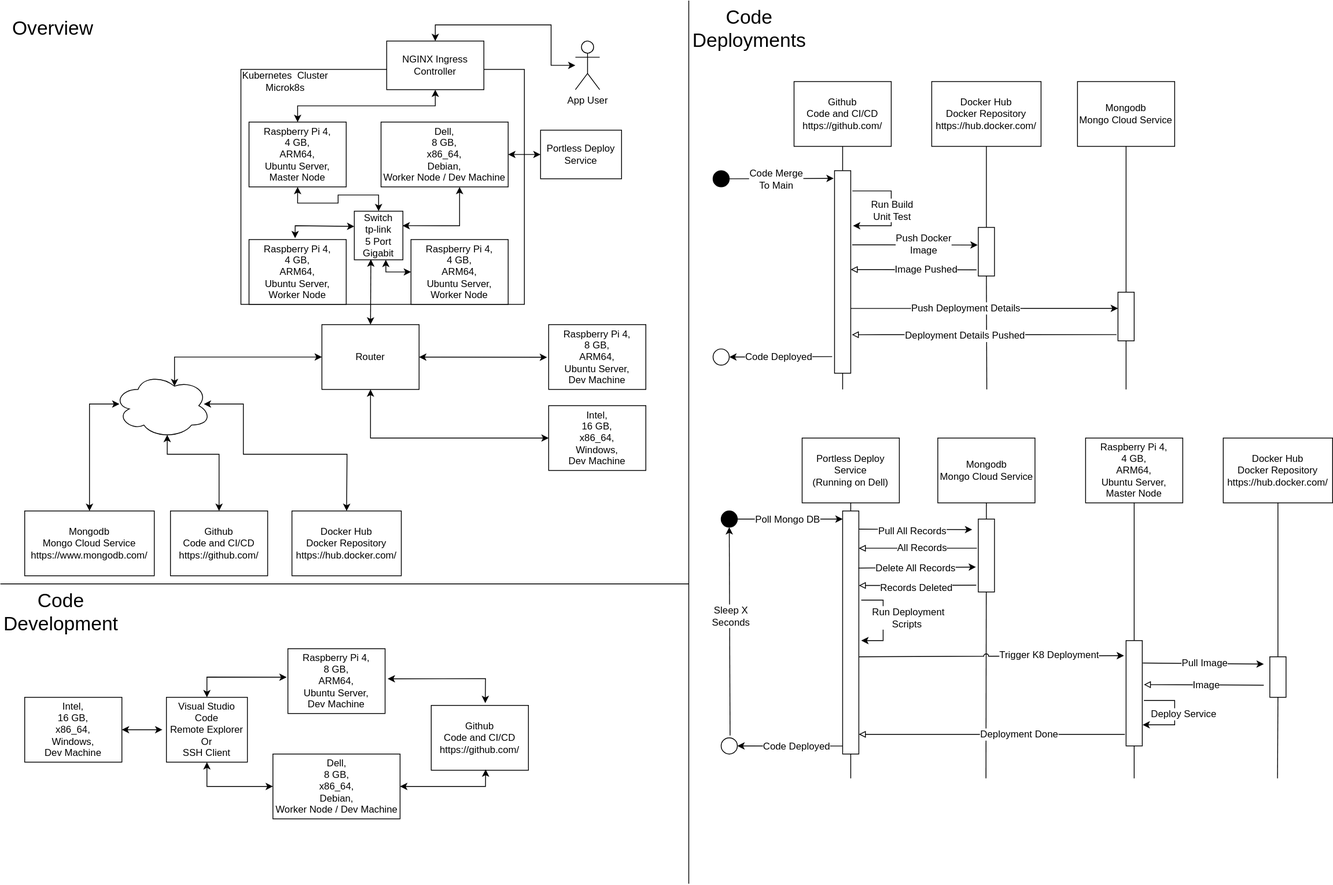
Earlier version of the draw.io export homelab.drawio.svg (horvatic/HomeLab_Infrastructure). Source tidied: cells renumbered, new cells last; positions are measured from the earlier drawing's top-left corner, leaving out a move shared by most shapes.
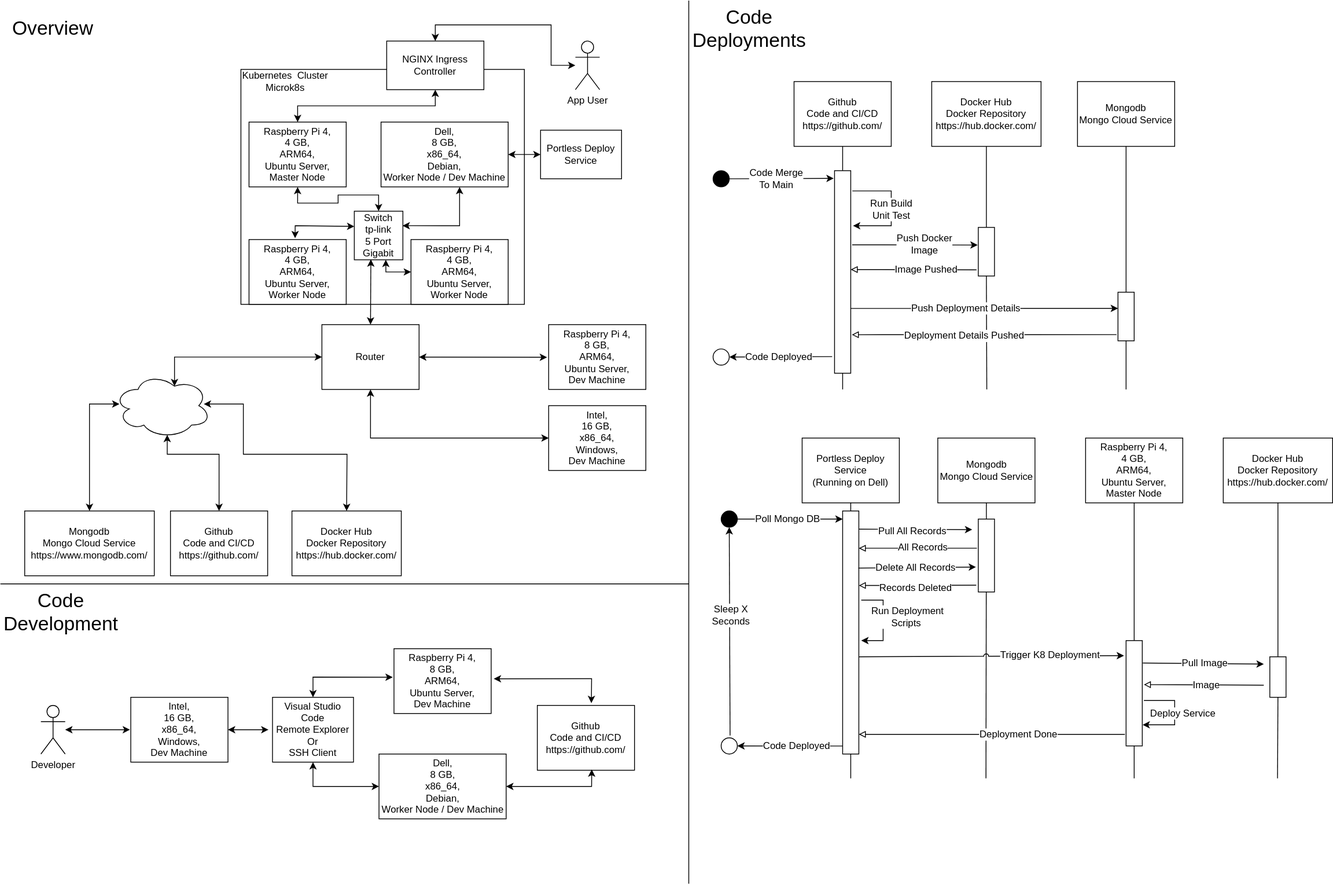
After the change.

Commit message:
update home lab diagrams

What changed in the source:
```diff
@@ -448,50 +448,50 @@
       <mxGeometry y="720" width="150" height="70" as="geometry" />
     </mxCell>
     <mxCell id="105" value="Intel,&lt;br&gt;16 GB,&lt;br&gt;x86_64,&lt;br&gt;Windows,&lt;br&gt;Dev Machine" style="rounded=0;whiteSpace=wrap;html=1;" parent="1" vertex="1">
-      <mxGeometry x="30" y="860" width="120" height="80" as="geometry" />
+      <mxGeometry x="161" y="860" width="120" height="80" as="geometry" />
     </mxCell>
     <mxCell id="106" value="Visual Studio Code &lt;br&gt;Remote Explorer&lt;br&gt;Or&lt;br&gt;SSH Client" style="rounded=0;whiteSpace=wrap;html=1;fontSize=12;fillColor=#FFFFFF;" parent="1" vertex="1">
-      <mxGeometry x="205" y="860" width="100" height="80" as="geometry" />
+      <mxGeometry x="336" y="860" width="100" height="80" as="geometry" />
     </mxCell>
     <mxCell id="107" style="endArrow=classic;startArrow=classic;html=1;rounded=0;fontSize=12;jumpStyle=arc;exitX=1;exitY=0.5;exitDx=0;exitDy=0;" parent="1" edge="1" source="105">
       <mxGeometry relative="1" as="geometry">
-        <mxPoint x="200" y="900" as="targetPoint" />
+        <mxPoint x="331" y="900" as="targetPoint" />
       </mxGeometry>
     </mxCell>
     <mxCell id="108" value="Raspberry Pi 4,&lt;br&gt;8 GB,&lt;br&gt;ARM64,&lt;br&gt;Ubuntu Server,&lt;br&gt;Dev Machine" style="rounded=0;whiteSpace=wrap;html=1;" parent="1" vertex="1">
-      <mxGeometry x="355" y="800" width="120" height="80" as="geometry" />
+      <mxGeometry x="486" y="800" width="120" height="80" as="geometry" />
     </mxCell>
     <mxCell id="109" value="Dell,&lt;br&gt;8 GB,&lt;br&gt;x86_64,&lt;br&gt;Debian,&lt;br&gt;Worker Node / Dev Machine" style="rounded=0;whiteSpace=wrap;html=1;" parent="1" vertex="1">
-      <mxGeometry x="336.5" y="930" width="157" height="80" as="geometry" />
+      <mxGeometry x="467.5" y="930" width="157" height="80" as="geometry" />
     </mxCell>
     <mxCell id="110" style="endArrow=classic;startArrow=classic;html=1;rounded=0;fontSize=12;jumpStyle=arc;exitX=0.5;exitY=0;exitDx=0;exitDy=0;entryX=-0.013;entryY=0.44;entryDx=0;entryDy=0;entryPerimeter=0;" parent="1" edge="1" source="106" target="108">
       <mxGeometry relative="1" as="geometry">
         <Array as="points">
-          <mxPoint x="255" y="835" />
+          <mxPoint x="386" y="835" />
         </Array>
       </mxGeometry>
     </mxCell>
     <mxCell id="111" style="endArrow=classic;startArrow=classic;html=1;rounded=0;fontSize=12;jumpStyle=arc;entryX=0.5;entryY=1;entryDx=0;entryDy=0;exitX=0;exitY=0.5;exitDx=0;exitDy=0;" parent="1" edge="1" source="109" target="106">
       <mxGeometry relative="1" as="geometry">
         <Array as="points">
-          <mxPoint x="255" y="970" />
+          <mxPoint x="386" y="970" />
         </Array>
       </mxGeometry>
     </mxCell>
     <mxCell id="112" value="Github&lt;br&gt;Code and CI/CD&lt;br&gt;https://github.com/" style="rounded=0;whiteSpace=wrap;html=1;" parent="1" vertex="1">
-      <mxGeometry x="532" y="870" width="120" height="80" as="geometry" />
+      <mxGeometry x="663" y="870" width="120" height="80" as="geometry" />
     </mxCell>
     <mxCell id="113" style="endArrow=classic;startArrow=classic;html=1;rounded=0;fontSize=12;jumpStyle=arc;exitX=1.027;exitY=0.464;exitDx=0;exitDy=0;exitPerimeter=0;entryX=0.556;entryY=-0.036;entryDx=0;entryDy=0;entryPerimeter=0;" parent="1" edge="1" source="108" target="112">
       <mxGeometry relative="1" as="geometry">
         <Array as="points">
-          <mxPoint x="599" y="837" />
+          <mxPoint x="730" y="837" />
         </Array>
       </mxGeometry>
     </mxCell>
     <mxCell id="114" style="endArrow=classic;startArrow=classic;html=1;rounded=0;fontSize=12;jumpStyle=arc;exitX=1;exitY=0.5;exitDx=0;exitDy=0;entryX=0.56;entryY=0.988;entryDx=0;entryDy=0;entryPerimeter=0;" parent="1" edge="1" source="109" target="112">
       <mxGeometry relative="1" as="geometry">
         <Array as="points">
-          <mxPoint x="599" y="970" />
+          <mxPoint x="730" y="970" />
         </Array>
       </mxGeometry>
     </mxCell>
@@ -507,5 +507,13 @@
         </Array>
       </mxGeometry>
     </mxCell>
+    <mxCell id="117" value="Developer" style="shape=umlActor;verticalLabelPosition=bottom;verticalAlign=top;html=1;outlineConnect=0;fontSize=12;fillColor=#FFFFFF;" parent="1" vertex="1">
+      <mxGeometry x="50" y="870" width="30" height="60" as="geometry" />
+    </mxCell>
+    <mxCell id="118" style="endArrow=classic;startArrow=classic;html=1;rounded=0;fontSize=12;jumpStyle=arc;" parent="1" edge="1" source="117">
+      <mxGeometry relative="1" as="geometry">
+        <mxPoint x="160" y="900" as="targetPoint" />
+      </mxGeometry>
+    </mxCell>
   </root>
 </mxGraphModel>
```
